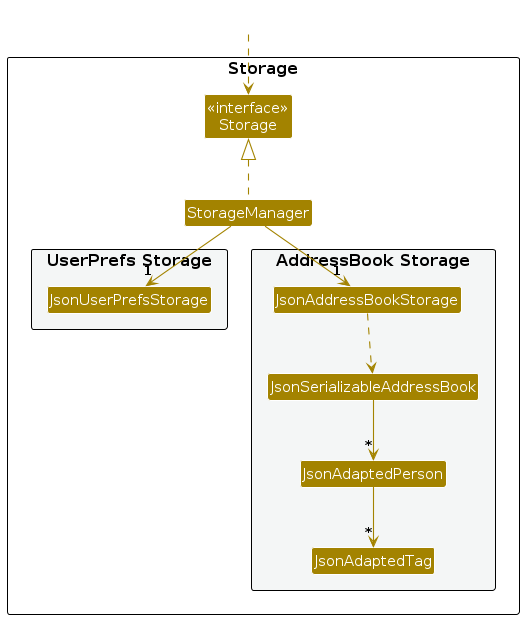
The PlantUML diagram diagrams/StorageClassDiagram.png in AY2627S1-CS2103T-F13-2/tp, before a commit. Its source is kept beside it as diagrams/StorageClassDiagram.puml.
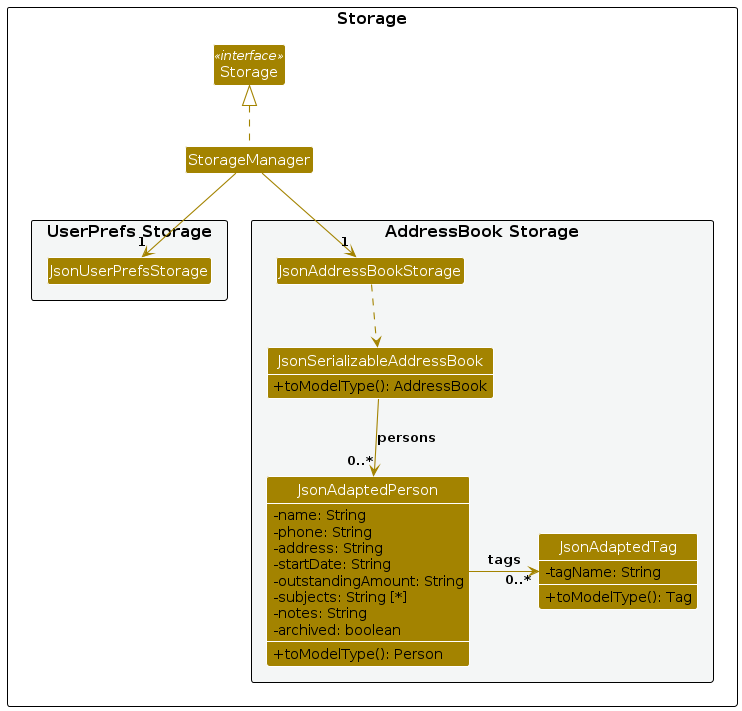
Above is the later version.

Change to the diagram source:
```diff
@@ -3,34 +3,51 @@
 skinparam arrowThickness 1.1
 skinparam arrowColor STORAGE_COLOR
 skinparam classBackgroundColor STORAGE_COLOR
+skinparam classAttributeIconSize 0
 
 package Storage as StoragePackage {
 
-Class "<<interface>>\nStorage" as Storage
-Class StorageManager
+class Storage <<interface>>
+class StorageManager
 
 package "UserPrefs Storage" #F4F6F6{
-Class JsonUserPrefsStorage
+class JsonUserPrefsStorage
 }
 
 package "AddressBook Storage" #F4F6F6{
-Class JsonAddressBookStorage
-Class JsonSerializableAddressBook
-Class JsonAdaptedPerson
-Class JsonAdaptedTag
+class JsonAddressBookStorage
+class JsonSerializableAddressBook {
+    + toModelType(): AddressBook
+}
+class JsonAdaptedPerson {
+    - name: String
+    - phone: String
+    - address: String
+    - startDate: String
+    - outstandingAmount: String
+    - subjects: String [*]
+    - notes: String
+    - archived: boolean
+    + toModelType(): Person
+}
+class JsonAdaptedTag {
+    - tagName: String
+    + toModelType(): Tag
+}
 }
 
 }
 
-Class HiddenOutside #FFFFFF
-HiddenOutside ..> Storage
+show JsonSerializableAddressBook methods
+show JsonAdaptedPerson members
+show JsonAdaptedTag members
 
 StorageManager .up.|> Storage
 StorageManager -down-> "1" JsonUserPrefsStorage
 StorageManager -down-> "1" JsonAddressBookStorage
 
 JsonAddressBookStorage ..> JsonSerializableAddressBook
-JsonSerializableAddressBook --> "*" JsonAdaptedPerson
-JsonAdaptedPerson --> "*" JsonAdaptedTag
+JsonSerializableAddressBook --> "0..*" JsonAdaptedPerson : persons
+JsonAdaptedPerson -right-> "0..*" JsonAdaptedTag : tags
 
 @enduml
```
